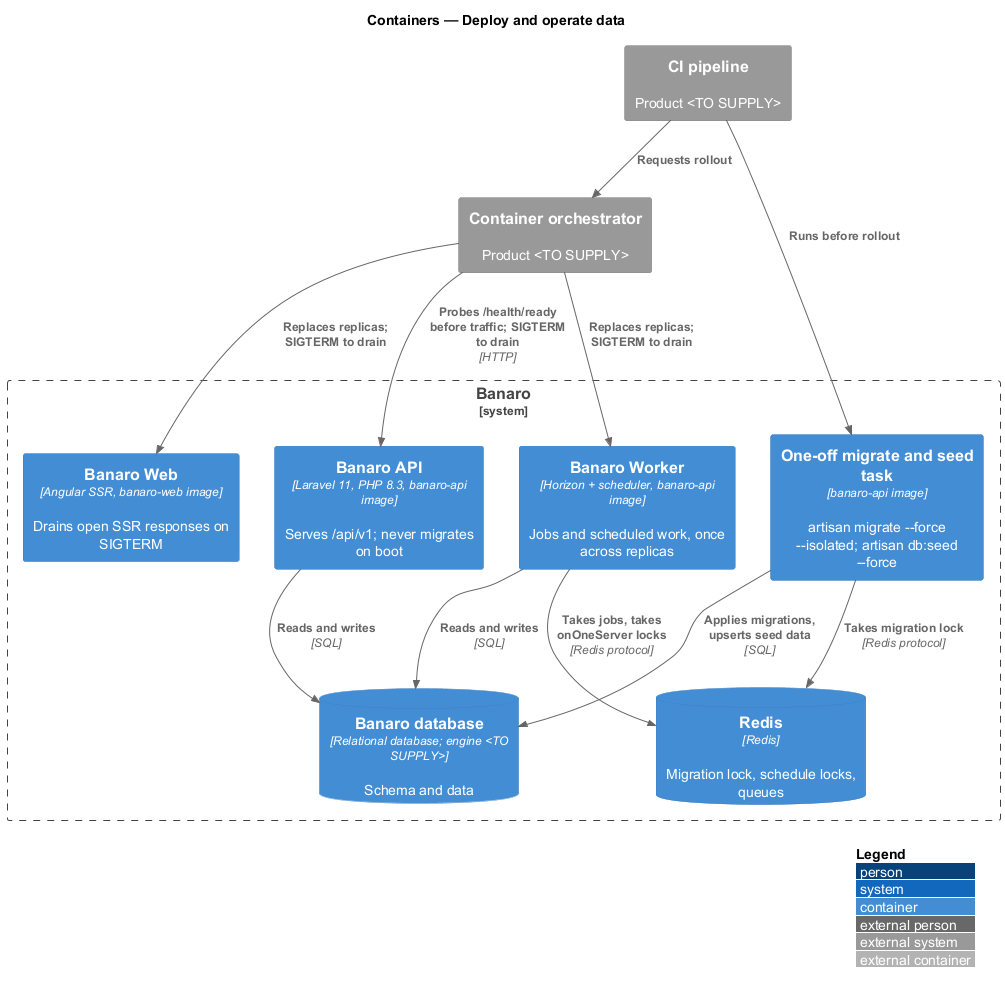
Before: docs/detailed-designs/operations/deploy-and-operate-data/diagrams/c4-container.png, a diagram exported from PlantUML (QuinntyneBrown/banaro). The source it was exported from:
```plantuml
@startuml
!include <C4/C4_Container>
LAYOUT_WITH_LEGEND()
title Containers — Deploy and operate data

System_Ext(pipeline, "CI pipeline", "Product <TO SUPPLY>")
System_Ext(orchestrator, "Container orchestrator", "Product <TO SUPPLY>")

System_Boundary(banaro, "Banaro") {
  Container(migrator, "One-off migrate and seed task", "banaro-api image", "artisan migrate ~-~-force ~-~-isolated; artisan db:seed ~-~-force")
  Container(api, "Banaro API", "Laravel 11, PHP 8.3, banaro-api image", "Serves /api/v1; never migrates on boot")
  Container(worker, "Banaro Worker", "Horizon + scheduler, banaro-api image", "Jobs and scheduled work, once across replicas")
  Container(web, "Banaro Web", "Angular SSR, banaro-web image", "Drains open SSR responses on SIGTERM")
  ContainerDb(db, "Banaro database", "Relational database; engine <TO SUPPLY>", "Schema and data")
  ContainerDb(redis, "Redis", "Redis", "Migration lock, schedule locks, queues")
}

Rel(pipeline, migrator, "Runs before rollout")
Rel(migrator, db, "Applies migrations, upserts seed data", "SQL")
Rel(migrator, redis, "Takes migration lock", "Redis protocol")
Rel(pipeline, orchestrator, "Requests rollout")
Rel(orchestrator, api, "Probes /health/ready before traffic; SIGTERM to drain", "HTTP")
Rel(orchestrator, worker, "Replaces replicas; SIGTERM to drain")
Rel(orchestrator, web, "Replaces replicas; SIGTERM to drain")
Rel(api, db, "Reads and writes", "SQL")
Rel(worker, redis, "Takes jobs, takes onOneServer locks", "Redis protocol")
Rel(worker, db, "Reads and writes", "SQL")
@enduml
```
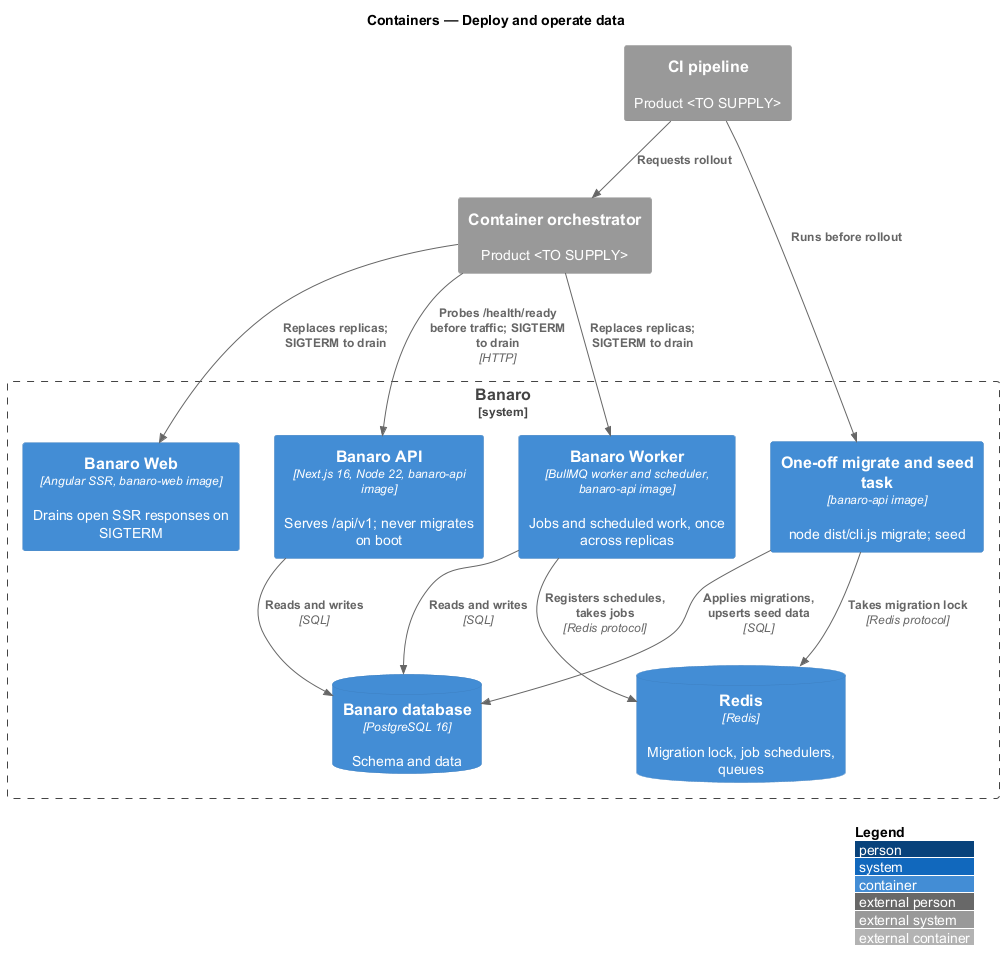
After the commit.

Change to the diagram source:
```diff
@@ -7,12 +7,12 @@
 System_Ext(orchestrator, "Container orchestrator", "Product <TO SUPPLY>")
 
 System_Boundary(banaro, "Banaro") {
-  Container(migrator, "One-off migrate and seed task", "banaro-api image", "artisan migrate ~-~-force ~-~-isolated; artisan db:seed ~-~-force")
-  Container(api, "Banaro API", "Laravel 11, PHP 8.3, banaro-api image", "Serves /api/v1; never migrates on boot")
-  Container(worker, "Banaro Worker", "Horizon + scheduler, banaro-api image", "Jobs and scheduled work, once across replicas")
+  Container(migrator, "One-off migrate and seed task", "banaro-api image", "node dist/cli.js migrate; seed")
+  Container(api, "Banaro API", "Next.js 16, Node 22, banaro-api image", "Serves /api/v1; never migrates on boot")
+  Container(worker, "Banaro Worker", "BullMQ worker and scheduler, banaro-api image", "Jobs and scheduled work, once across replicas")
   Container(web, "Banaro Web", "Angular SSR, banaro-web image", "Drains open SSR responses on SIGTERM")
-  ContainerDb(db, "Banaro database", "Relational database; engine <TO SUPPLY>", "Schema and data")
-  ContainerDb(redis, "Redis", "Redis", "Migration lock, schedule locks, queues")
+  ContainerDb(db, "Banaro database", "PostgreSQL 16", "Schema and data")
+  ContainerDb(redis, "Redis", "Redis", "Migration lock, job schedulers, queues")
 }
 
 Rel(pipeline, migrator, "Runs before rollout")
@@ -23,6 +23,6 @@
 Rel(orchestrator, worker, "Replaces replicas; SIGTERM to drain")
 Rel(orchestrator, web, "Replaces replicas; SIGTERM to drain")
 Rel(api, db, "Reads and writes", "SQL")
-Rel(worker, redis, "Takes jobs, takes onOneServer locks", "Redis protocol")
+Rel(worker, redis, "Registers schedules, takes jobs", "Redis protocol")
 Rel(worker, db, "Reads and writes", "SQL")
 @enduml
```
